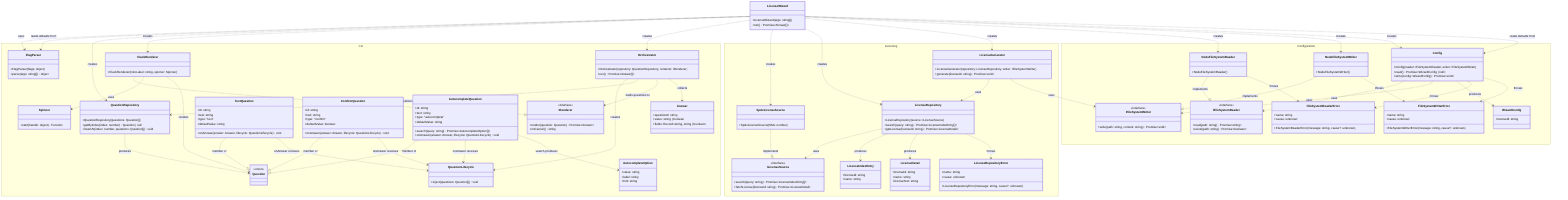
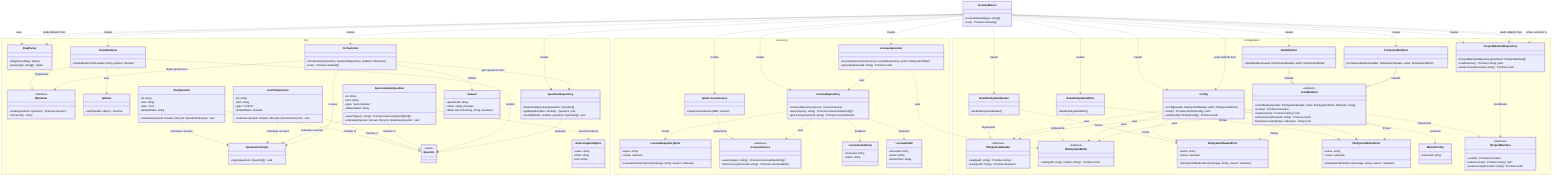
classDiagram
  direction TB

  class LicenseWizard {
    +LicenseWizard(args: string[])
    +run() Promise~Answer[]~
  }

  namespace CLI {
    class FlagParser {
      +FlagParser(flags: object)
      +parse(args: string[]) object
    }

    class Orchestrator {
      +Orchestrator(repository: QuestionRepository, renderer: IRenderer)
      +run() Promise~Answer[]~
    }

    class IRenderer {
      <<interface>>
      +render(question: Question) Promise~Answer~
      +onCancel() string
    }

    class ClackRenderer {
      +ClackRenderer(introLabel: string, spinner: Spinner)
    }

    class Spinner {
      +start(handle: object) Function
    }

    class QuestionRepository {
      +QuestionRepository(questions: Question[])
      +getByIndex(index: number) Question | null
      +insertAt(index: number, questions: Question[]) void
    }

    class QuestionLifecycle {
      +inject(questions: Question[]) void
    }

    class Question {
      <<union>>
    }

    class TextQuestion {
      +id: string
      +text: string
      +type: "text"
      +defaultValue: string
      +onAnswer(answer: Answer, lifecycle: QuestionLifecycle) void
    }

    class ConfirmQuestion {
      +id: string
      +text: string
      +type: "confirm"
      +defaultValue: boolean
      +onAnswer(answer: Answer, lifecycle: QuestionLifecycle) void
    }

    class AutocompleteQuestion {
      +id: string
      +text: string
      +type: "autocomplete"
      +defaultValue: string
      +search(query: string) Promise~AutocompleteOption[]~
      +onAnswer(answer: Answer, lifecycle: QuestionLifecycle) void
    }

    class AutocompleteOption {
      +value: string
      +label: string
      +hint: string
    }

    class Answer {
      +questionId: string
      +value: string | boolean
      +fields: Record~string, string | boolean~
    }
  }

  namespace Licensing {
    class LicenseRepository {
      +LicenseRepository(source: ILicenseSource)
      +search(query: string) Promise~LicenseIndexEntry[]~
      +getLicense(licenseId: string) Promise~LicenseDetail~
    }

    class LicenseRepositoryError {
      +name: string
      +cause: unknown
      +LicenseRepositoryError(message: string, cause?: unknown)
    }

    class ILicenseSource {
      <<interface>>
      +search(query: string) Promise~LicenseIndexEntry[]~
      +fetchLicense(licenseId: string) Promise~LicenseDetail~
    }

    class SpdxLicenseSource {
      +SpdxLicenseSource(ttlMs: number)
    }

    class LicenseIndexEntry {
      +licenseId: string
      +name: string
    }

    class LicenseDetail {
      +licenseId: string
      +name: string
      +licenseText: string
    }

    class LicenseGenerator {
      +LicenseGenerator(repository: LicenseRepository, writer: IFileSystemWriter)
      +generate(licenseId: string) Promise~void~
    }
  }

  namespace Configuration {
    class IFileSystemReader {
      <<interface>>
      +read(path: string) Promise~string~
      +exists(path: string) Promise~boolean~
    }

    class IFileSystemWriter {
      <<interface>>
      +write(path: string, content: string) Promise~void~
    }

    class NodeFileSystemReader {
      +NodeFileSystemReader()
    }

    class NodeFileSystemWriter {
      +NodeFileSystemWriter()
    }

    class FileSystemReaderError {
      +name: string
      +cause: unknown
      +FileSystemReaderError(message: string, cause?: unknown)
    }

    class FileSystemWriterError {
      +name: string
      +cause: unknown
      +FileSystemWriterError(message: string, cause?: unknown)
    }

    class WizardConfig {
      +licenseId: string
    }

    class Config {
      +Config(reader: IFileSystemReader, writer: IFileSystemWriter)
      +read() Promise~WizardConfig | null~
      +write(config: WizardConfig) Promise~void~
+     }
+ 
+     class IProjectManifest {
+       <<interface>>
+       +exists() Promise~boolean~
+       +readLicense() Promise~string | null~
+       +writeLicense(licenseId: string) Promise~void~
+     }
+ 
+     class JsonManifest {
+       <<abstract>>
+       +JsonManifest(reader: IFileSystemReader, writer: IFileSystemWriter, fileName: string)
+       +exists() Promise~boolean~
+       +readLicense() Promise~string | null~
+       +writeLicense(licenseId: string) Promise~void~
+       #extractLicenseId(value: unknown)* string | null
+     }
+ 
+     class NpmManifest {
+       +NpmManifest(reader: IFileSystemReader, writer: IFileSystemWriter)
+     }
+ 
+     class ComposerManifest {
+       +ComposerManifest(reader: IFileSystemReader, writer: IFileSystemWriter)
+     }
+ 
+     class ProjectManifestRepository {
+       +ProjectManifestRepository(manifests: IProjectManifest[])
+       +readLicense() Promise~string | null~
+       +writeLicense(licenseId: string) Promise~void~
    }
  }

  TextQuestion ..|> Question : member of
  ConfirmQuestion ..|> Question : member of
  AutocompleteQuestion ..|> Question : member of
  TextQuestion ..> QuestionLifecycle : onAnswer receives
  ConfirmQuestion ..> QuestionLifecycle : onAnswer receives
  AutocompleteQuestion ..> QuestionLifecycle : onAnswer receives
  Orchestrator ..> QuestionLifecycle : creates
  ClackRenderer ..|> IRenderer : implements
  ClackRenderer ..> Spinner : uses
  LicenseWizard ..> FlagParser : uses
  LicenseWizard ..> FlagParser : reads defaults from
  LicenseWizard ..> QuestionRepository : creates
  LicenseWizard ..> ClackRenderer : creates
  LicenseWizard ..> Orchestrator : creates
  LicenseWizard ..> SpdxLicenseSource : creates
  LicenseWizard ..> LicenseRepository : creates
  LicenseWizard ..> LicenseGenerator : creates
  Orchestrator ..> QuestionRepository : gets questions from
  Orchestrator ..> IRenderer : feeds questions to
  ClackRenderer ..> Question : renders
  QuestionRepository ..> Question : produces
  AutocompleteQuestion ..> AutocompleteOption : search produces
  Orchestrator ..> Answer : collects
  SpdxLicenseSource ..|> ILicenseSource : implements
  LicenseRepository ..> ILicenseSource : uses
  LicenseRepository ..> LicenseIndexEntry : produces
  LicenseRepository ..> LicenseDetail : produces
  LicenseRepository ..> LicenseRepositoryError : throws
  LicenseGenerator ..> LicenseRepository : uses
  LicenseGenerator ..> IFileSystemWriter : uses
  NodeFileSystemReader ..|> IFileSystemReader : implements
  NodeFileSystemWriter ..|> IFileSystemWriter : implements
  NodeFileSystemReader ..> FileSystemReaderError : throws
  NodeFileSystemWriter ..> FileSystemWriterError : throws
  Config ..> IFileSystemReader : uses
  Config ..> IFileSystemWriter : uses
  Config ..> WizardConfig : produces
  Config ..> FileSystemReaderError : throws
  Config ..> FileSystemWriterError : throws
+   JsonManifest ..|> IProjectManifest : implements
+   NpmManifest --|> JsonManifest : extends
+   ComposerManifest --|> JsonManifest : extends
+   JsonManifest ..> IFileSystemReader : uses
+   JsonManifest ..> IFileSystemWriter : uses
+   JsonManifest ..> FileSystemReaderError : throws
+   JsonManifest ..> FileSystemWriterError : throws
+   ProjectManifestRepository ..> IProjectManifest : coordinates
  LicenseWizard ..> NodeFileSystemReader : creates
  LicenseWizard ..> NodeFileSystemWriter : creates
  LicenseWizard ..> Config : creates
  LicenseWizard ..> Config : reads defaults from
+   LicenseWizard ..> NpmManifest : creates
+   LicenseWizard ..> ComposerManifest : creates
+   LicenseWizard ..> ProjectManifestRepository : creates
+   LicenseWizard ..> ProjectManifestRepository : reads defaults from
+   LicenseWizard ..> ProjectManifestRepository : writes selection to
